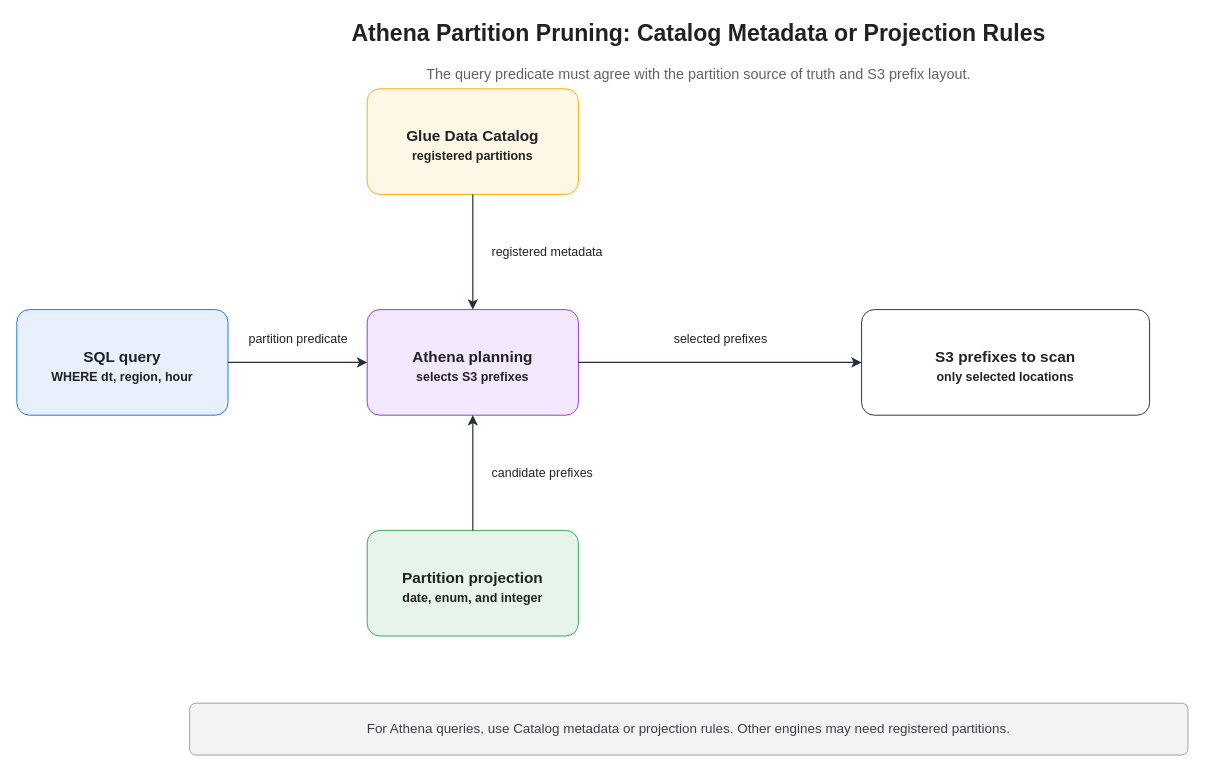
Above: assets/img/aws/aws-glue-partitioning-pruning-flow.drawio in KKamJi98/kkamji98.github.io (draw.io), before the change. Source tidied: cells renumbered, new cells numbered last; positions are measured from the earlier drawing's top-left corner, leaving out a move shared by most shapes. Both pictures are drawn from the tidied source at 96%, with x=0, y=0 at pixel (16, 16).
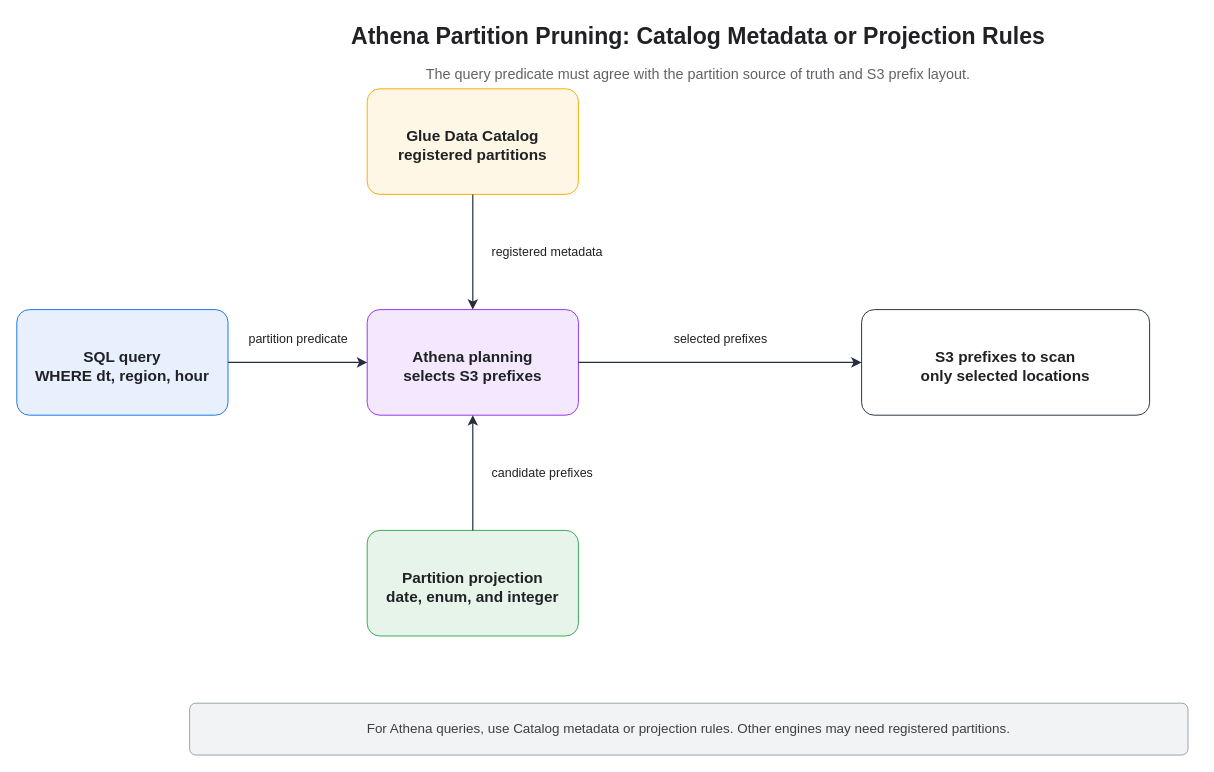
After the change.

Diff of the diagram source:
```diff
@@
 <mxGraphModel>
   <root>
     <mxCell id="0" />
     <mxCell id="1" parent="0" />
-    <mxCell id="2" value="&lt;font style=&quot;color: rgb(32, 33, 36);&quot;&gt;Athena Partition Pruning: Catalog Metadata or Projection Rules&lt;/font&gt;" style="text;html=1;strokeColor=none;fillColor=none;align=center;verticalAlign=middle;fontColor=#202124;fontSize=24;fontStyle=1;" parent="1" vertex="1">
+    <mxCell id="2" value="Athena Partition Pruning: Catalog Metadata or Projection Rules" style="text;html=0;strokeColor=none;fillColor=none;align=center;verticalAlign=middle;fontColor=#202124;fontSize=24;fontStyle=1;" parent="1" vertex="1">
       <mxGeometry x="190" width="1040" height="36" as="geometry" />
     </mxCell>
-    <mxCell id="3" value="&lt;font style=&quot;color: rgb(95, 99, 104);&quot;&gt;The query predicate must agree with the partition source of truth and S3 prefix layout.&lt;/font&gt;" style="text;html=1;strokeColor=none;fillColor=none;align=center;verticalAlign=middle;fontColor=#5f6368;fontSize=15;" parent="1" vertex="1">
+    <mxCell id="3" value="The query predicate must agree with the partition source of truth and S3 prefix layout." style="text;html=0;strokeColor=none;fillColor=none;align=center;verticalAlign=middle;fontColor=#5f6368;fontSize=15;" parent="1" vertex="1">
       <mxGeometry x="210" y="44" width="1000" height="30" as="geometry" />
     </mxCell>
-    <mxCell id="4" value="&lt;font style=&quot;color: rgb(32, 33, 36);&quot;&gt;SQL query&lt;br&gt;&lt;font style=&quot;font-size: 13px;&quot;&gt;WHERE dt, region, hour&lt;/font&gt;&lt;/font&gt;" style="rounded=1;whiteSpace=wrap;html=1;fillColor=#e8f0fe;strokeColor=#1a73e8;fontColor=#202124;fontSize=16;fontStyle=1;arcSize=12;spacingTop=8;" parent="1" vertex="1">
+    <mxCell id="4" value="SQL query&#10;WHERE dt, region, hour" style="rounded=1;whiteSpace=wrap;html=0;fillColor=#e8f0fe;strokeColor=#1a73e8;fontColor=#202124;fontSize=16;fontStyle=1;arcSize=12;spacingTop=8;" parent="1" vertex="1">
       <mxGeometry y="305" width="220" height="110" as="geometry" />
     </mxCell>
-    <mxCell id="5" value="&lt;font style=&quot;color: rgb(32, 33, 36);&quot;&gt;Glue Data Catalog&lt;br&gt;&lt;font style=&quot;font-size: 13px;&quot;&gt;registered partitions&lt;/font&gt;&lt;/font&gt;" style="rounded=1;whiteSpace=wrap;html=1;fillColor=#fff7e6;strokeColor=#f9ab00;fontColor=#202124;fontSize=16;fontStyle=1;arcSize=12;spacingTop=8;" parent="1" vertex="1">
+    <mxCell id="5" value="Glue Data Catalog&#10;registered partitions" style="rounded=1;whiteSpace=wrap;html=0;fillColor=#fff7e6;strokeColor=#f9ab00;fontColor=#202124;fontSize=16;fontStyle=1;arcSize=12;spacingTop=8;" parent="1" vertex="1">
       <mxGeometry x="365" y="75" width="220" height="110" as="geometry" />
     </mxCell>
-    <mxCell id="6" value="&lt;font style=&quot;color: rgb(32, 33, 36);&quot;&gt;Athena planning&lt;br&gt;&lt;font style=&quot;font-size: 13px;&quot;&gt;selects S3 prefixes&lt;/font&gt;&lt;/font&gt;" style="rounded=1;whiteSpace=wrap;html=1;fillColor=#f3e8fd;strokeColor=#9334e6;fontColor=#202124;fontSize=16;fontStyle=1;arcSize=12;spacingTop=8;" parent="1" vertex="1">
+    <mxCell id="6" value="Athena planning&#10;selects S3 prefixes" style="rounded=1;whiteSpace=wrap;html=0;fillColor=#f3e8fd;strokeColor=#9334e6;fontColor=#202124;fontSize=16;fontStyle=1;arcSize=12;spacingTop=8;" parent="1" vertex="1">
       <mxGeometry x="365" y="305" width="220" height="110" as="geometry" />
     </mxCell>
-    <mxCell id="7" value="&lt;font style=&quot;color: rgb(32, 33, 36);&quot;&gt;Partition projection&lt;br&gt;&lt;font style=&quot;font-size: 13px;&quot;&gt;date, enum, and integer&lt;/font&gt;&lt;/font&gt;" style="rounded=1;whiteSpace=wrap;html=1;fillColor=#e6f4ea;strokeColor=#34a853;fontColor=#202124;fontSize=16;fontStyle=1;arcSize=12;spacingTop=8;" parent="1" vertex="1">
+    <mxCell id="7" value="Partition projection&#10;date, enum, and integer" style="rounded=1;whiteSpace=wrap;html=0;fillColor=#e6f4ea;strokeColor=#34a853;fontColor=#202124;fontSize=16;fontStyle=1;arcSize=12;spacingTop=8;" parent="1" vertex="1">
       <mxGeometry x="365" y="535" width="220" height="110" as="geometry" />
     </mxCell>
-    <mxCell id="8" value="&lt;font style=&quot;color: rgb(32, 33, 36);&quot;&gt;S3 prefixes to scan&lt;br&gt;&lt;font style=&quot;font-size: 13px;&quot;&gt;only selected locations&lt;/font&gt;&lt;/font&gt;" style="rounded=1;whiteSpace=wrap;html=1;fillColor=#ffffff;strokeColor=#232f3e;fontColor=#202124;fontSize=16;fontStyle=1;arcSize=12;spacingTop=8;" parent="1" vertex="1">
+    <mxCell id="8" value="S3 prefixes to scan&#10;only selected locations" style="rounded=1;whiteSpace=wrap;html=0;fillColor=#ffffff;strokeColor=#232f3e;fontColor=#202124;fontSize=16;fontStyle=1;arcSize=12;spacingTop=8;" parent="1" vertex="1">
       <mxGeometry x="880" y="305" width="300" height="110" as="geometry" />
     </mxCell>
-    <mxCell id="9" value="&lt;font style=&quot;color: rgb(60, 64, 67);&quot;&gt;For Athena queries, use Catalog metadata or projection rules. Other engines may need registered partitions.&lt;/font&gt;" style="rounded=1;whiteSpace=wrap;html=1;fillColor=#f1f3f4;strokeColor=#9aa0a6;fontColor=#3c4043;fontSize=14;arcSize=12;" parent="1" vertex="1">
+    <mxCell id="9" value="For Athena queries, use Catalog metadata or projection rules. Other engines may need registered partitions." style="rounded=1;whiteSpace=wrap;html=0;fillColor=#f1f3f4;strokeColor=#9aa0a6;fontColor=#3c4043;fontSize=14;arcSize=12;" parent="1" vertex="1">
       <mxGeometry x="180" y="715" width="1040" height="54" as="geometry" />
     </mxCell>
     <mxCell id="10" value="partition predicate" style="edgeStyle=orthogonalEdgeStyle;rounded=0;jettySize=auto;html=1;endArrow=classic;endFill=1;endSize=7;strokeWidth=1.25;strokeColor=#232F3E;fontColor=#202124;fontSize=13;labelBackgroundColor=#ffffff;align=center;verticalAlign=bottom;exitX=1;exitY=0.5;exitPerimeter=1;entryX=0;entryY=0.5;entryPerimeter=1;" parent="1" edge="1" source="4" target="6">
       <mxGeometry relative="1" as="geometry">
         <mxPoint y="-14" as="offset" />
       </mxGeometry>
     </mxCell>
     <mxCell id="11" value="registered metadata" style="edgeStyle=orthogonalEdgeStyle;rounded=0;jettySize=auto;html=1;endArrow=classic;endFill=1;endSize=7;strokeWidth=1.25;strokeColor=#232F3E;fontColor=#202124;fontSize=13;labelBackgroundColor=#ffffff;align=left;verticalAlign=middle;exitX=0.5;exitY=1;exitPerimeter=1;entryX=0.5;entryY=0;entryPerimeter=1;" parent="1" edge="1" source="5" target="6">
       <mxGeometry relative="1" as="geometry">
         <mxPoint x="18" as="offset" />
       </mxGeometry>
     </mxCell>
     <mxCell id="12" value="candidate prefixes" style="edgeStyle=orthogonalEdgeStyle;rounded=0;jettySize=auto;html=1;endArrow=classic;endFill=1;endSize=7;strokeWidth=1.25;strokeColor=#232F3E;fontColor=#202124;fontSize=13;labelBackgroundColor=#ffffff;align=left;verticalAlign=middle;exitX=0.5;exitY=0;exitPerimeter=1;entryX=0.5;entryY=1;entryPerimeter=1;" parent="1" edge="1" source="7" target="6">
       <mxGeometry relative="1" as="geometry">
         <mxPoint x="18" as="offset" />
       </mxGeometry>
     </mxCell>
     <mxCell id="13" value="selected prefixes" style="edgeStyle=orthogonalEdgeStyle;rounded=0;jettySize=auto;html=1;endArrow=classic;endFill=1;endSize=7;strokeWidth=1.25;strokeColor=#232F3E;fontColor=#202124;fontSize=13;labelBackgroundColor=#ffffff;align=center;verticalAlign=bottom;exitX=1;exitY=0.5;exitPerimeter=1;entryX=0;entryY=0.5;entryPerimeter=1;" parent="1" edge="1" source="6" target="8">
       <mxGeometry relative="1" as="geometry">
         <mxPoint y="-14" as="offset" />
       </mxGeometry>
     </mxCell>
   </root>
 </mxGraphModel>
```
